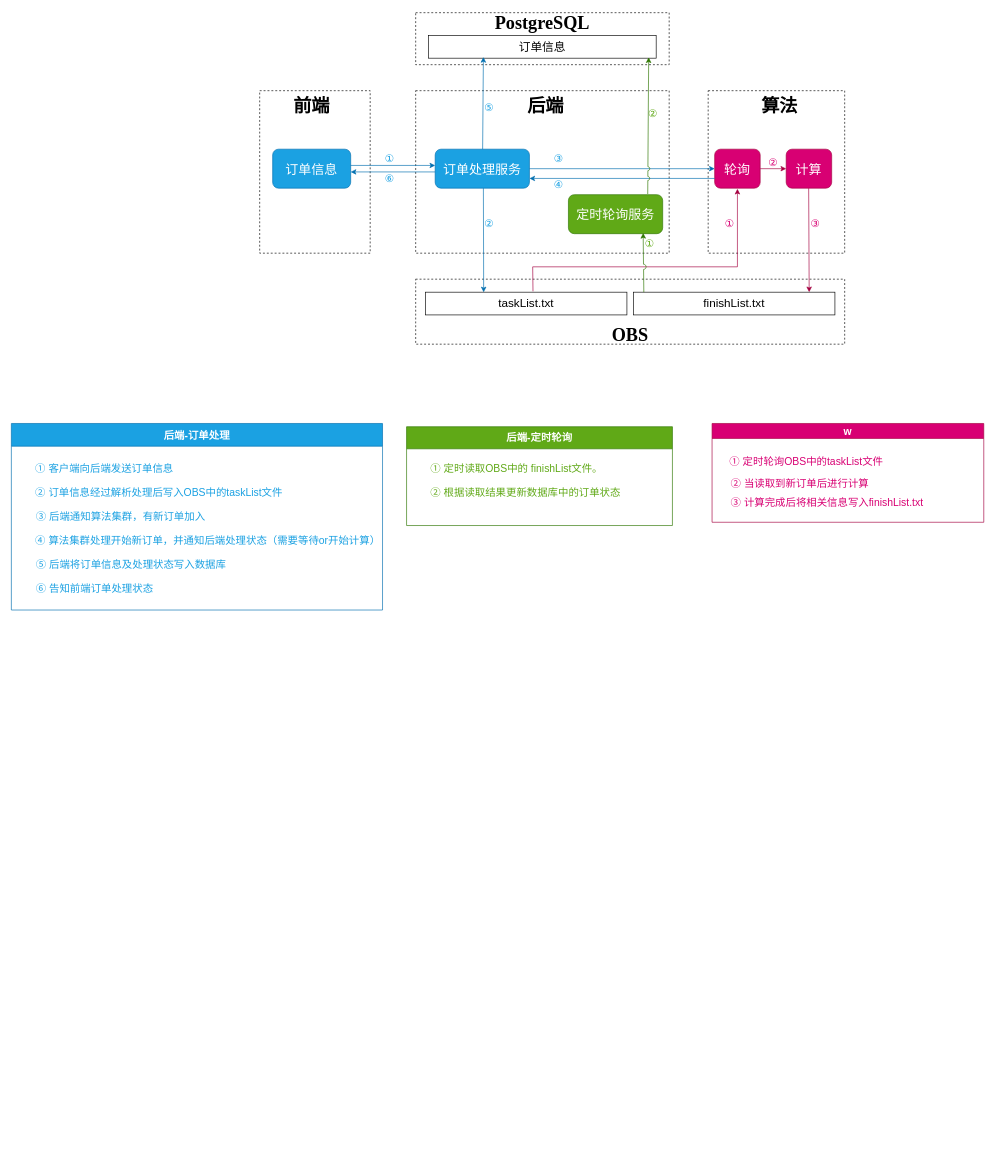
wjbgis/wjbgis keeps this draw.io diagram as 未命名绘图.drawio. Above is the earlier version. Source tidied: cells renumbered, new cells numbered last; positions are measured from the earlier drawing's top-left corner, leaving out a move shared by most shapes. Both pictures are drawn from the tidied source at 65%, with x=0, y=0 at pixel (11, 12).
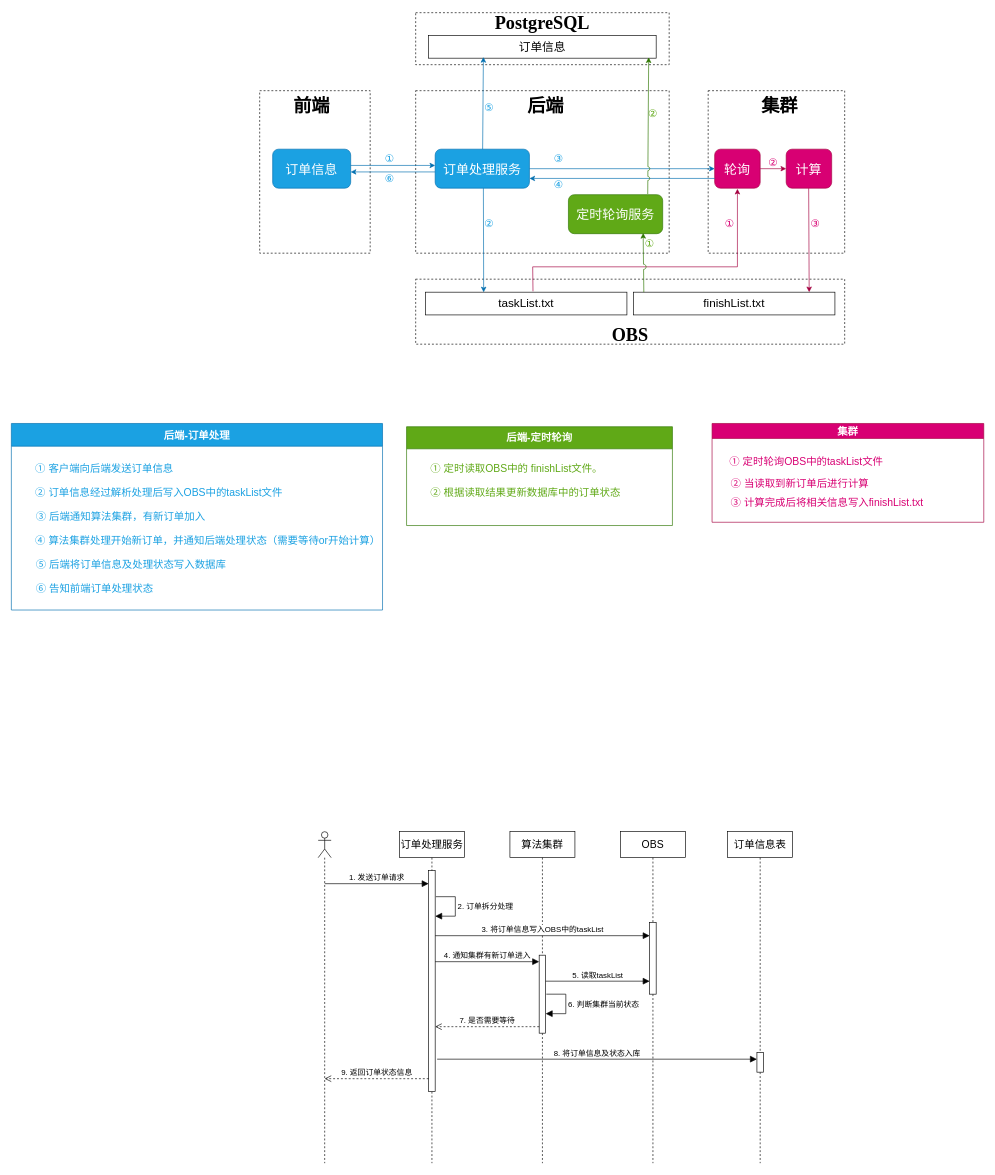
The same diagram, later.

Commit message:
更新未命名绘图.drawio

What changed in the source:
```diff
@@
-    <mxCell id="9" value="&lt;b style=&quot;&quot;&gt;&lt;font style=&quot;font-size: 28px;&quot;&gt;算法&lt;/font&gt;&lt;/b&gt;" style="text;html=1;strokeColor=none;fillColor=none;align=center;verticalAlign=middle;whiteSpace=wrap;rounded=0;strokeWidth=1;fontFamily=Courier New;" parent="1" vertex="1">
+    <mxCell id="9" value="&lt;span style=&quot;font-size: 28px;&quot;&gt;&lt;b&gt;集群&lt;/b&gt;&lt;/span&gt;" style="text;html=1;strokeColor=none;fillColor=none;align=center;verticalAlign=middle;whiteSpace=wrap;rounded=0;strokeWidth=1;fontFamily=Courier New;" parent="1" vertex="1">
       <mxGeometry x="1142" y="130" width="80" height="30" as="geometry" />
     </mxCell>
@@
-    <mxCell id="52" value="&lt;span style=&quot;font-size: 16px;&quot;&gt;w&lt;/span&gt;" style="swimlane;whiteSpace=wrap;html=1;fillColor=#d80073;fontColor=#ffffff;strokeColor=#A50040;startSize=23;" parent="1" vertex="1">
+    <mxCell id="52" value="&lt;span style=&quot;font-size: 16px;&quot;&gt;集群&lt;/span&gt;" style="swimlane;whiteSpace=wrap;html=1;fillColor=#d80073;fontColor=#ffffff;strokeColor=#A50040;startSize=23;" parent="1" vertex="1">
       <mxGeometry x="1078" y="632" width="418" height="152" as="geometry" />
     </mxCell>
@@
+    <mxCell id="56" style="shape=umlLifeline;perimeter=lifelinePerimeter;whiteSpace=wrap;html=1;newEdgeStyle={&quot;curved&quot;:0,&quot;rounded&quot;:0};participant=umlActor;fontSize=16;" parent="1" vertex="1">
+      <mxGeometry x="472" y="1260" width="20" height="510" as="geometry" />
+    </mxCell>
+    <mxCell id="57" value="订单处理服务" style="shape=umlLifeline;perimeter=lifelinePerimeter;whiteSpace=wrap;html=1;newEdgeStyle={&quot;curved&quot;:0,&quot;rounded&quot;:0};fontSize=16;" parent="1" vertex="1">
+      <mxGeometry x="597" y="1260" width="100" height="510" as="geometry" />
+    </mxCell>
+    <mxCell id="58" style="html=1;points=[[0,0,0,0,5],[0,1,0,0,-5],[1,0,0,0,5],[1,1,0,0,-5]];perimeter=orthogonalPerimeter;outlineConnect=0;targetShapes=umlLifeline;portConstraint=eastwest;newEdgeStyle={&quot;curved&quot;:0,&quot;rounded&quot;:0};fontSize=16;" parent="57" vertex="1">
+      <mxGeometry x="45" y="60" width="10" height="340" as="geometry" />
+    </mxCell>
+    <mxCell id="59" value="2. 订单拆分处理" style="html=1;align=left;spacingLeft=2;endArrow=block;rounded=0;edgeStyle=orthogonalEdgeStyle;curved=0;rounded=0;fontSize=12;startSize=8;endSize=8;" parent="57" edge="1" target="58">
+      <mxGeometry relative="1" as="geometry">
+        <mxPoint x="56" y="100" as="sourcePoint" />
+        <Array as="points">
+          <mxPoint x="86" y="100" />
+          <mxPoint x="86" y="130" />
+        </Array>
+      </mxGeometry>
+    </mxCell>
+    <mxCell id="60" value="算法集群" style="shape=umlLifeline;perimeter=lifelinePerimeter;whiteSpace=wrap;html=1;newEdgeStyle={&quot;curved&quot;:0,&quot;rounded&quot;:0};fontSize=16;" parent="1" vertex="1">
+      <mxGeometry x="767" y="1260" width="100" height="510" as="geometry" />
+    </mxCell>
+    <mxCell id="61" style="html=1;perimeter=orthogonalPerimeter;targetShapes=umlLifeline;newEdgeStyle={&quot;curved&quot;:0,&quot;rounded&quot;:0};fontSize=16;" parent="60" vertex="1">
+      <mxGeometry x="45" y="190" width="10" height="120" as="geometry" />
+    </mxCell>
+    <mxCell id="62" value="OBS" style="shape=umlLifeline;perimeter=lifelinePerimeter;whiteSpace=wrap;html=1;newEdgeStyle={&quot;curved&quot;:0,&quot;rounded&quot;:0};fontSize=16;" parent="1" vertex="1">
+      <mxGeometry x="937" y="1260" width="100" height="510" as="geometry" />
+    </mxCell>
+    <mxCell id="63" style="html=1;perimeter=orthogonalPerimeter;targetShapes=umlLifeline;newEdgeStyle={&quot;curved&quot;:0,&quot;rounded&quot;:0};fontSize=16;" parent="62" vertex="1">
+      <mxGeometry x="45" y="140" width="10" height="110" as="geometry" />
+    </mxCell>
+    <mxCell id="64" value="1. 发送订单请求" style="html=1;verticalAlign=bottom;endArrow=block;curved=0;rounded=0;fontSize=12;startSize=8;endSize=8;" parent="1" edge="1">
+      <mxGeometry relative="1" as="geometry">
+        <mxPoint x="482" y="1340" as="sourcePoint" />
+        <mxPoint x="642" y="1340" as="targetPoint" />
+      </mxGeometry>
+    </mxCell>
+    <mxCell id="65" value="订单信息表" style="shape=umlLifeline;perimeter=lifelinePerimeter;whiteSpace=wrap;html=1;newEdgeStyle={&quot;curved&quot;:0,&quot;rounded&quot;:0};fontSize=16;" parent="1" vertex="1">
+      <mxGeometry x="1102" y="1260" width="100" height="510" as="geometry" />
+    </mxCell>
+    <mxCell id="66" style="html=1;points=[[0,0,0,0,5],[0,1,0,0,-5],[1,0,0,0,5],[1,1,0,0,-5]];perimeter=orthogonalPerimeter;outlineConnect=0;targetShapes=umlLifeline;portConstraint=eastwest;newEdgeStyle={&quot;curved&quot;:0,&quot;rounded&quot;:0};fontSize=16;" parent="65" vertex="1">
+      <mxGeometry x="45" y="340" width="10" height="30" as="geometry" />
+    </mxCell>
+    <mxCell id="67" value="3. 将订单信息写入OBS中的taskList" style="html=1;verticalAlign=bottom;endArrow=block;curved=0;rounded=0;fontSize=12;startSize=8;endSize=8;" parent="1" edge="1">
+      <mxGeometry relative="1" as="geometry">
+        <mxPoint x="652" y="1420" as="sourcePoint" />
+        <mxPoint x="982" y="1420" as="targetPoint" />
+      </mxGeometry>
+    </mxCell>
+    <mxCell id="68" value="4. 通知集群有新订单进入" style="html=1;verticalAlign=bottom;endArrow=block;curved=0;rounded=0;fontSize=12;startSize=8;endSize=8;" parent="1" edge="1">
+      <mxGeometry relative="1" as="geometry">
+        <mxPoint x="652" y="1460" as="sourcePoint" />
+        <mxPoint x="812" y="1460" as="targetPoint" />
+      </mxGeometry>
+    </mxCell>
+    <mxCell id="69" value="5. 读取taskList" style="html=1;verticalAlign=bottom;endArrow=block;curved=0;rounded=0;fontSize=12;startSize=8;endSize=8;" parent="1" edge="1">
+      <mxGeometry relative="1" as="geometry">
+        <mxPoint x="822" y="1490" as="sourcePoint" />
+        <mxPoint x="982" y="1490" as="targetPoint" />
+      </mxGeometry>
+    </mxCell>
+    <mxCell id="70" value="6. 判断集群当前状态" style="html=1;align=left;spacingLeft=2;endArrow=block;rounded=0;edgeStyle=orthogonalEdgeStyle;curved=0;rounded=0;fontSize=12;startSize=8;endSize=8;" parent="1" edge="1">
+      <mxGeometry relative="1" as="geometry">
+        <mxPoint x="823" y="1510" as="sourcePoint" />
+        <mxPoint x="822" y="1540" as="targetPoint" />
+        <Array as="points">
+          <mxPoint x="853" y="1510" />
+          <mxPoint x="853" y="1540" />
+        </Array>
+      </mxGeometry>
+    </mxCell>
+    <mxCell id="71" value="7. 是否需要等待" style="html=1;verticalAlign=bottom;endArrow=open;dashed=1;endSize=8;curved=0;rounded=0;fontSize=12;" parent="1" edge="1">
+      <mxGeometry relative="1" as="geometry">
+        <mxPoint x="812" y="1560" as="sourcePoint" />
+        <mxPoint x="652" y="1560" as="targetPoint" />
+      </mxGeometry>
+    </mxCell>
+    <mxCell id="72" value="8. 将订单信息及状态入库" style="html=1;verticalAlign=bottom;endArrow=block;curved=0;rounded=0;fontSize=12;startSize=8;endSize=8;" parent="1" edge="1" target="66">
+      <mxGeometry relative="1" as="geometry">
+        <mxPoint x="655" y="1610" as="sourcePoint" />
+      </mxGeometry>
+    </mxCell>
+    <mxCell id="73" value="9. 返回订单状态信息" style="html=1;verticalAlign=bottom;endArrow=open;dashed=1;endSize=8;curved=0;rounded=0;fontSize=12;" parent="1" edge="1">
+      <mxGeometry relative="1" as="geometry">
+        <mxPoint x="642" y="1640" as="sourcePoint" />
+        <mxPoint x="482" y="1640" as="targetPoint" />
+      </mxGeometry>
+    </mxCell>
```
